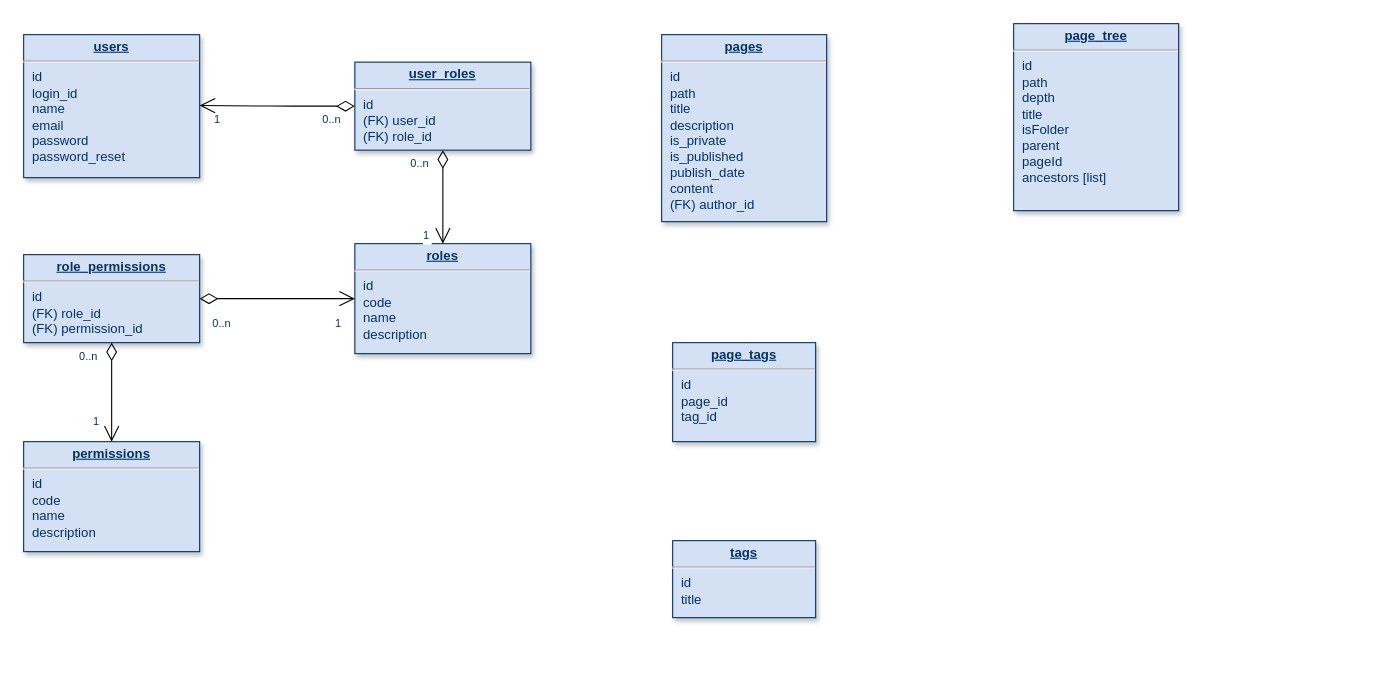
MartAn01/test_repo keeps this draw.io diagram as Untitled Diagram.drawio.xml. Above is the earlier version. Source tidied: cells renumbered, new cells numbered last; positions are measured from the earlier drawing's top-left corner, leaving out a move shared by most shapes. Both pictures are drawn from the tidied source at 110%, with x=0, y=0 at pixel (23, 23).
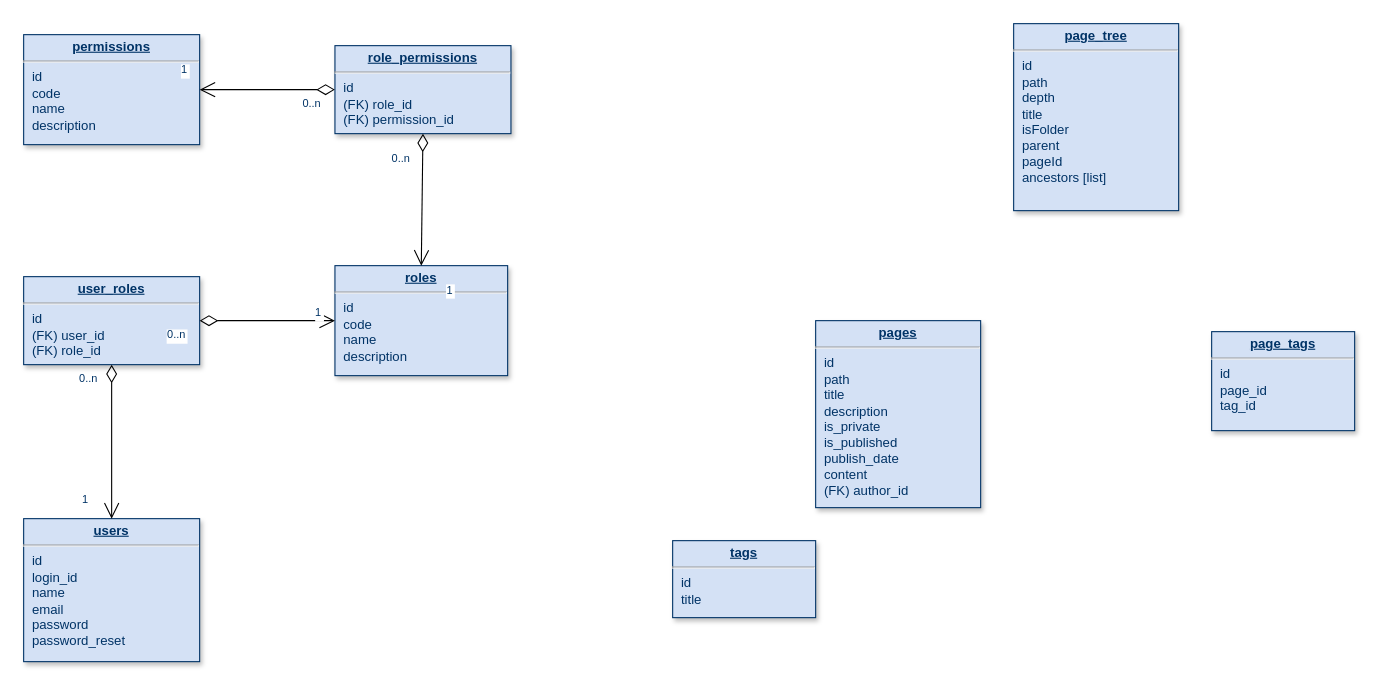
Above is the later version.

The edit, as a diff of the source:
```diff
@@
     <mxCell id="2" value="&lt;p style=&quot;margin: 0px ; margin-top: 4px ; text-align: center ; text-decoration: underline&quot;&gt;&lt;strong&gt;users&lt;/strong&gt;&lt;/p&gt;&lt;hr&gt;&lt;p style=&quot;margin: 0px ; margin-left: 8px&quot;&gt;id&lt;/p&gt;&lt;p style=&quot;margin: 0px ; margin-left: 8px&quot;&gt;login_id&lt;/p&gt;&lt;p style=&quot;margin: 0px ; margin-left: 8px&quot;&gt;name&lt;/p&gt;&lt;p style=&quot;margin: 0px ; margin-left: 8px&quot;&gt;email&lt;/p&gt;&lt;p style=&quot;margin: 0px ; margin-left: 8px&quot;&gt;password&lt;/p&gt;&lt;p style=&quot;margin: 0px ; margin-left: 8px&quot;&gt;password_reset&lt;/p&gt;&lt;p style=&quot;margin: 0px ; margin-left: 8px&quot;&gt;&lt;br&gt;&lt;/p&gt;" style="verticalAlign=top;align=left;overflow=fill;fontSize=12;fontFamily=Helvetica;html=1;strokeColor=#003366;shadow=1;fillColor=#D4E1F5;fontColor=#003366;" parent="1" vertex="1">
-      <mxGeometry y="10" width="160" height="130" as="geometry" />
+      <mxGeometry y="450" width="160" height="130" as="geometry" />
     </mxCell>
     <mxCell id="3" value="&lt;p style=&quot;margin: 0px ; margin-top: 4px ; text-align: center ; text-decoration: underline&quot;&gt;&lt;strong&gt;user_roles&lt;/strong&gt;&lt;/p&gt;&lt;hr&gt;&lt;p style=&quot;margin: 0px ; margin-left: 8px&quot;&gt;id&lt;/p&gt;&lt;p style=&quot;margin: 0px ; margin-left: 8px&quot;&gt;(FK) user_id&lt;/p&gt;&lt;p style=&quot;margin: 0px ; margin-left: 8px&quot;&gt;(FK) role_id&lt;/p&gt;&lt;p style=&quot;margin: 0px ; margin-left: 8px&quot;&gt;&lt;br&gt;&lt;/p&gt;" style="verticalAlign=top;align=left;overflow=fill;fontSize=12;fontFamily=Helvetica;html=1;strokeColor=#003366;shadow=1;fillColor=#D4E1F5;fontColor=#003366;" parent="1" vertex="1">
-      <mxGeometry x="301.1" y="35" width="160" height="80" as="geometry" />
+      <mxGeometry y="230" width="160" height="80" as="geometry" />
     </mxCell>
     <mxCell id="4" value="&lt;p style=&quot;margin: 0px ; margin-top: 4px ; text-align: center ; text-decoration: underline&quot;&gt;&lt;strong&gt;roles&lt;/strong&gt;&lt;/p&gt;&lt;hr&gt;&lt;p style=&quot;margin: 0px ; margin-left: 8px&quot;&gt;id&lt;/p&gt;&lt;p style=&quot;margin: 0px ; margin-left: 8px&quot;&gt;code&lt;/p&gt;&lt;p style=&quot;margin: 0px ; margin-left: 8px&quot;&gt;name&lt;/p&gt;&lt;p style=&quot;margin: 0px ; margin-left: 8px&quot;&gt;description&lt;/p&gt;&lt;p style=&quot;margin: 0px ; margin-left: 8px&quot;&gt;&lt;br&gt;&lt;/p&gt;" style="verticalAlign=top;align=left;overflow=fill;fontSize=12;fontFamily=Helvetica;html=1;strokeColor=#003366;shadow=1;fillColor=#D4E1F5;fontColor=#003366;" parent="1" vertex="1">
-      <mxGeometry x="301.1" y="200" width="160" height="100" as="geometry" />
+      <mxGeometry x="283" y="220" width="157" height="100" as="geometry" />
     </mxCell>
     <mxCell id="5" value="&lt;p style=&quot;margin: 0px ; margin-top: 4px ; text-align: center ; text-decoration: underline&quot;&gt;&lt;strong&gt;role_permissions&lt;/strong&gt;&lt;/p&gt;&lt;hr&gt;&lt;p style=&quot;margin: 0px ; margin-left: 8px&quot;&gt;id&lt;/p&gt;&lt;p style=&quot;margin: 0px ; margin-left: 8px&quot;&gt;(FK) role_id&lt;/p&gt;&lt;p style=&quot;margin: 0px ; margin-left: 8px&quot;&gt;(FK) permission_id&lt;/p&gt;&lt;p style=&quot;margin: 0px ; margin-left: 8px&quot;&gt;&lt;br&gt;&lt;/p&gt;" style="verticalAlign=top;align=left;overflow=fill;fontSize=12;fontFamily=Helvetica;html=1;strokeColor=#003366;shadow=1;fillColor=#D4E1F5;fontColor=#003366;" parent="1" vertex="1">
-      <mxGeometry y="210" width="160" height="80" as="geometry" />
+      <mxGeometry x="283" y="20" width="160" height="80" as="geometry" />
     </mxCell>
     <mxCell id="6" value="&lt;p style=&quot;margin: 0px ; margin-top: 4px ; text-align: center ; text-decoration: underline&quot;&gt;&lt;strong&gt;permissions&lt;/strong&gt;&lt;/p&gt;&lt;hr&gt;&lt;p style=&quot;margin: 0px ; margin-left: 8px&quot;&gt;id&lt;/p&gt;&lt;p style=&quot;margin: 0px ; margin-left: 8px&quot;&gt;code&lt;/p&gt;&lt;p style=&quot;margin: 0px ; margin-left: 8px&quot;&gt;name&lt;/p&gt;&lt;p style=&quot;margin: 0px ; margin-left: 8px&quot;&gt;description&lt;/p&gt;&lt;p style=&quot;margin: 0px ; margin-left: 8px&quot;&gt;&lt;br&gt;&lt;/p&gt;" style="verticalAlign=top;align=left;overflow=fill;fontSize=12;fontFamily=Helvetica;html=1;strokeColor=#003366;shadow=1;fillColor=#D4E1F5;fontColor=#003366;" parent="1" vertex="1">
-      <mxGeometry y="380" width="160" height="100" as="geometry" />
+      <mxGeometry y="10" width="160" height="100" as="geometry" />
     </mxCell>
-    <mxCell id="7" style="endArrow=open;endSize=12;startArrow=diamondThin;startSize=14;startFill=0;edgeStyle=orthogonalEdgeStyle;exitX=0;exitY=0.5;exitDx=0;exitDy=0;" parent="1" edge="1" source="3">
-      <mxGeometry x="189.4" y="1002.4" as="geometry">
-        <mxPoint x="160" y="74.4" as="targetPoint" />
-        <Array as="points">
-          <mxPoint x="235" y="75" />
-        </Array>
-      </mxGeometry>
+    <mxCell id="7" style="endArrow=open;endSize=12;startArrow=diamondThin;startSize=14;startFill=0;exitX=0.5;exitY=1;exitDx=0;exitDy=0;" parent="1" edge="1" source="3" target="2">
+      <mxGeometry x="189.4" y="1002.4" as="geometry" />
     </mxCell>
@@
     <mxCell id="9" value="1" style="align=right;verticalAlign=top;labelBackgroundColor=#ffffff;fontSize=10;strokeColor=#003366;shadow=1;fillColor=#D4E1F5;fontColor=#003366;" parent="7" vertex="1">
       <mxGeometry x="1" relative="1" as="geometry">
-        <mxPoint x="20" as="offset" />
+        <mxPoint x="-20" y="-30" as="offset" />
       </mxGeometry>
     </mxCell>
-    <mxCell id="10" style="endArrow=open;endSize=12;startArrow=diamondThin;startSize=14;startFill=0;edgeStyle=orthogonalEdgeStyle;exitX=0.5;exitY=1;exitDx=0;exitDy=0;entryX=0.5;entryY=0;entryDx=0;entryDy=0;" parent="1" edge="1" source="3" target="4">
-      <mxGeometry x="312.4" y="1088" as="geometry">
-        <Array as="points">
-          <mxPoint x="381" y="200" />
-          <mxPoint x="381" y="200" />
-        </Array>
-      </mxGeometry>
+    <mxCell id="10" style="endArrow=open;endSize=12;startArrow=diamondThin;startSize=14;startFill=0;" parent="1" edge="1" source="3" target="4">
+      <mxGeometry x="312.4" y="1088" as="geometry" />
     </mxCell>
@@
-    <mxCell id="13" style="endArrow=open;endSize=12;startArrow=diamondThin;startSize=14;startFill=0;edgeStyle=orthogonalEdgeStyle;exitX=1;exitY=0.5;exitDx=0;exitDy=0;entryX=0;entryY=0.5;entryDx=0;entryDy=0;" parent="1" edge="1" source="5" target="4">
-      <mxGeometry x="198.3" y="1288" as="geometry">
-        <Array as="points">
-          <mxPoint x="280" y="250" />
-          <mxPoint x="280" y="250" />
-        </Array>
-      </mxGeometry>
+    <mxCell id="13" style="endArrow=open;endSize=12;startArrow=diamondThin;startSize=14;startFill=0;entryX=0.5;entryY=0;entryDx=0;entryDy=0;exitX=0.5;exitY=1;exitDx=0;exitDy=0;" parent="1" edge="1" source="5" target="4">
+      <mxGeometry x="198.3" y="1288" as="geometry" />
     </mxCell>
     <mxCell id="14" value="0..n" style="align=left;verticalAlign=top;labelBackgroundColor=#ffffff;fontSize=10;strokeColor=#003366;shadow=1;fillColor=#D4E1F5;fontColor=#003366;" parent="13" vertex="1">
       <mxGeometry x="-1" relative="1" as="geometry">
-        <mxPoint x="10" y="10" as="offset" />
+        <mxPoint x="-30" y="10" as="offset" />
       </mxGeometry>
     </mxCell>
     <mxCell id="15" value="1" style="align=right;verticalAlign=top;labelBackgroundColor=#ffffff;fontSize=10;strokeColor=#003366;shadow=1;fillColor=#D4E1F5;fontColor=#003366;" parent="13" vertex="1">
       <mxGeometry x="1" relative="1" as="geometry">
-        <mxPoint x="-11" y="10" as="offset" />
+        <mxPoint x="30" y="10" as="offset" />
       </mxGeometry>
     </mxCell>
-    <mxCell id="16" style="endArrow=open;endSize=12;startArrow=diamondThin;startSize=14;startFill=0;edgeStyle=orthogonalEdgeStyle;exitX=0.5;exitY=1;exitDx=0;exitDy=0;" parent="1" edge="1" source="5" target="6">
+    <mxCell id="16" style="endArrow=open;endSize=12;startArrow=diamondThin;startSize=14;startFill=0;exitX=0;exitY=0.5;exitDx=0;exitDy=0;" parent="1" edge="1" source="5" target="6">
       <mxGeometry x="118.3" y="1368" as="geometry" />
     </mxCell>
@@
     <mxCell id="19" value="&lt;p style=&quot;margin: 0px ; margin-top: 4px ; text-align: center ; text-decoration: underline&quot;&gt;&lt;strong&gt;pages&lt;/strong&gt;&lt;/p&gt;&lt;hr&gt;&lt;p style=&quot;margin: 0px ; margin-left: 8px&quot;&gt;id&lt;/p&gt;&lt;p style=&quot;margin: 0px ; margin-left: 8px&quot;&gt;path&lt;/p&gt;&lt;p style=&quot;margin: 0px ; margin-left: 8px&quot;&gt;title&lt;/p&gt;&lt;p style=&quot;margin: 0px ; margin-left: 8px&quot;&gt;description&lt;/p&gt;&lt;p style=&quot;margin: 0px ; margin-left: 8px&quot;&gt;is_private&lt;/p&gt;&lt;p style=&quot;margin: 0px ; margin-left: 8px&quot;&gt;is_published&lt;/p&gt;&lt;p style=&quot;margin: 0px ; margin-left: 8px&quot;&gt;publish_date&lt;/p&gt;&lt;p style=&quot;margin: 0px ; margin-left: 8px&quot;&gt;content&lt;/p&gt;&lt;p style=&quot;margin: 0px ; margin-left: 8px&quot;&gt;(FK) author_id&amp;nbsp;&lt;/p&gt;" style="verticalAlign=top;align=left;overflow=fill;fontSize=12;fontFamily=Helvetica;html=1;strokeColor=#003366;shadow=1;fillColor=#D4E1F5;fontColor=#003366;" parent="1" vertex="1">
-      <mxGeometry x="580" y="10" width="150" height="170" as="geometry" />
+      <mxGeometry x="720" y="270" width="150" height="170" as="geometry" />
     </mxCell>
     <mxCell id="20" value="&lt;p style=&quot;margin: 0px ; margin-top: 4px ; text-align: center ; text-decoration: underline&quot;&gt;&lt;strong&gt;page_tags&lt;/strong&gt;&lt;/p&gt;&lt;hr&gt;&lt;p style=&quot;margin: 0px ; margin-left: 8px&quot;&gt;id&lt;/p&gt;&lt;p style=&quot;margin: 0px ; margin-left: 8px&quot;&gt;page_id&lt;/p&gt;&lt;p style=&quot;margin: 0px ; margin-left: 8px&quot;&gt;tag_id&lt;/p&gt;" style="verticalAlign=top;align=left;overflow=fill;fontSize=12;fontFamily=Helvetica;html=1;strokeColor=#003366;shadow=1;fillColor=#D4E1F5;fontColor=#003366;" parent="1" vertex="1">
-      <mxGeometry x="590" y="290" width="130" height="90" as="geometry" />
+      <mxGeometry x="1080" y="280" width="130" height="90" as="geometry" />
     </mxCell>
```
